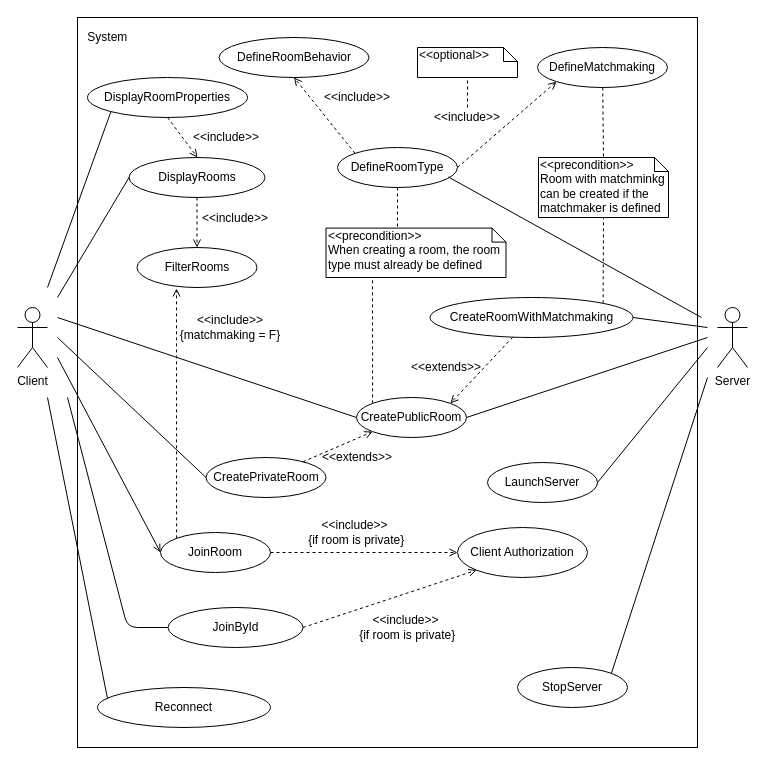
The draw.io diagram doc/system-use_cases.drawio in StefanoSalvatori/PPS-18-scala-omg, before the edit. Source tidied: cells renumbered, new cells numbered last; positions are measured from the earlier drawing's top-left corner, leaving out a move shared by most shapes. Both pictures are drawn from the tidied source at 100%, with x=0, y=0 at pixel (17, 17).
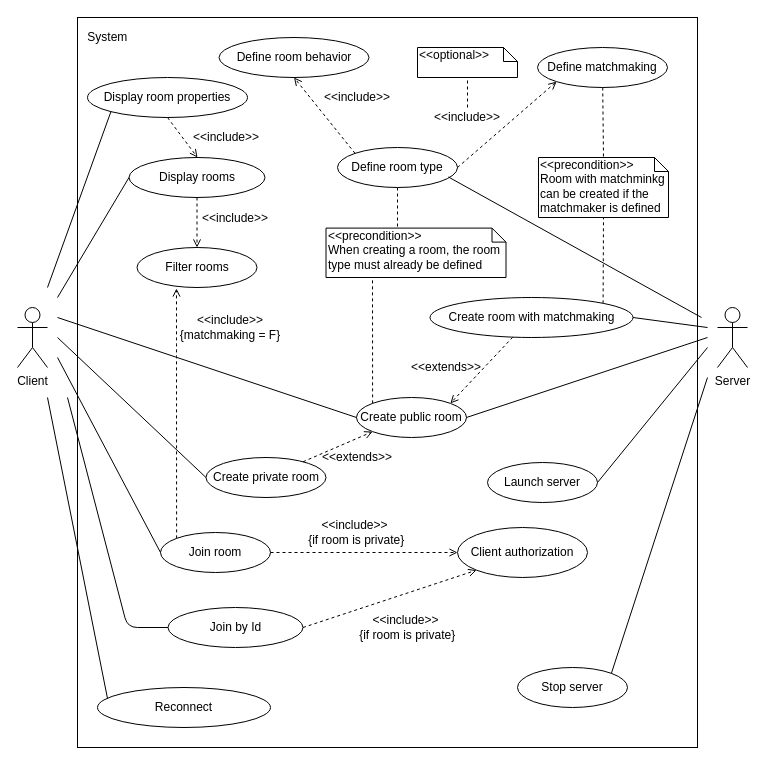
The same diagram, later.

What changed in the source:
```diff
@@
-    <mxCell id="5" value="LaunchServer" style="ellipse;whiteSpace=wrap;html=1;fillColor=none;" parent="1" vertex="1">
+    <mxCell id="5" value="Launch server" style="ellipse;whiteSpace=wrap;html=1;fillColor=none;" parent="1" vertex="1">
       <mxGeometry x="470" y="445" width="110" height="40" as="geometry" />
     </mxCell>
-    <mxCell id="6" value="DefineRoomType" style="ellipse;whiteSpace=wrap;html=1;fillColor=none;" parent="1" vertex="1">
+    <mxCell id="6" value="Define room type" style="ellipse;whiteSpace=wrap;html=1;fillColor=none;" parent="1" vertex="1">
       <mxGeometry x="320" y="130" width="120" height="40" as="geometry" />
     </mxCell>
-    <mxCell id="7" value="CreatePublicRoom" style="ellipse;whiteSpace=wrap;html=1;fillColor=none;" parent="1" vertex="1">
+    <mxCell id="7" value="Create public room" style="ellipse;whiteSpace=wrap;html=1;fillColor=none;" parent="1" vertex="1">
       <mxGeometry x="339" y="380" width="110" height="40" as="geometry" />
     </mxCell>
-    <mxCell id="8" value="JoinRoom" style="ellipse;whiteSpace=wrap;html=1;fillColor=none;" parent="1" vertex="1">
+    <mxCell id="8" value="Join room" style="ellipse;whiteSpace=wrap;html=1;fillColor=none;" parent="1" vertex="1">
       <mxGeometry x="143" y="515" width="110" height="40" as="geometry" />
     </mxCell>
-    <mxCell id="9" value="DisplayRooms" style="ellipse;whiteSpace=wrap;html=1;fillColor=none;" parent="1" vertex="1">
+    <mxCell id="9" value="Display rooms" style="ellipse;whiteSpace=wrap;html=1;fillColor=none;" parent="1" vertex="1">
       <mxGeometry x="111.5" y="140" width="136" height="40" as="geometry" />
     </mxCell>
-    <mxCell id="10" value="CreatePrivateRoom" style="ellipse;whiteSpace=wrap;html=1;fillColor=none;" parent="1" vertex="1">
+    <mxCell id="10" value="Create private room" style="ellipse;whiteSpace=wrap;html=1;fillColor=none;" parent="1" vertex="1">
       <mxGeometry x="188.5" y="440" width="120" height="40" as="geometry" />
     </mxCell>
@@
-    <mxCell id="22" style="endArrow=open;html=1;entryX=0;entryY=0.5;entryDx=0;entryDy=0;endFill=0;" parent="1" edge="1" target="8">
+    <mxCell id="22" style="endArrow=none;html=1;entryX=0;entryY=0.5;entryDx=0;entryDy=0;endFill=0;" parent="1" edge="1" target="8">
       <mxGeometry relative="1" as="geometry">
         <mxPoint x="40" y="340" as="sourcePoint" />
       </mxGeometry>
     </mxCell>
-    <mxCell id="23" value="FilterRooms" style="ellipse;whiteSpace=wrap;html=1;fillColor=none;" parent="1" vertex="1">
+    <mxCell id="23" value="Filter rooms" style="ellipse;whiteSpace=wrap;html=1;fillColor=none;" parent="1" vertex="1">
       <mxGeometry x="119.5" y="230" width="120" height="40" as="geometry" />
     </mxCell>
@@
-    <mxCell id="25" value="Client Authorization" style="ellipse;whiteSpace=wrap;html=1;fillColor=none;" parent="1" vertex="1">
+    <mxCell id="25" value="Client authorization" style="ellipse;whiteSpace=wrap;html=1;fillColor=none;" parent="1" vertex="1">
       <mxGeometry x="440" y="510" width="130" height="50" as="geometry" />
     </mxCell>
@@
-    <mxCell id="30" value="StopServer" style="ellipse;whiteSpace=wrap;html=1;fillColor=none;" parent="1" vertex="1">
+    <mxCell id="30" value="Stop server" style="ellipse;whiteSpace=wrap;html=1;fillColor=none;" parent="1" vertex="1">
       <mxGeometry x="500" y="650" width="110" height="40" as="geometry" />
     </mxCell>
@@
-    <mxCell id="32" value="DefineRoomBehavior" style="ellipse;whiteSpace=wrap;html=1;" parent="1" vertex="1">
+    <mxCell id="32" value="Define room behavior" style="ellipse;whiteSpace=wrap;html=1;" parent="1" vertex="1">
       <mxGeometry x="201.5" y="20" width="150" height="40" as="geometry" />
     </mxCell>
@@
-    <mxCell id="36" value="DefineMatchmaking" style="ellipse;whiteSpace=wrap;html=1;" parent="1" vertex="1">
+    <mxCell id="36" value="Define matchmaking" style="ellipse;whiteSpace=wrap;html=1;" parent="1" vertex="1">
       <mxGeometry x="520" y="30" width="130" height="40" as="geometry" />
     </mxCell>
@@
-    <mxCell id="40" value="CreateRoomWithMatchmaking" style="ellipse;whiteSpace=wrap;html=1;" parent="1" vertex="1">
+    <mxCell id="40" value="Create room with matchmaking" style="ellipse;whiteSpace=wrap;html=1;" parent="1" vertex="1">
       <mxGeometry x="412.5" y="280" width="203" height="40" as="geometry" />
     </mxCell>
@@
-    <mxCell id="51" value="JoinById" style="ellipse;whiteSpace=wrap;html=1;" parent="1" vertex="1">
+    <mxCell id="51" value="Join by Id" style="ellipse;whiteSpace=wrap;html=1;" parent="1" vertex="1">
       <mxGeometry x="150.5" y="590" width="135" height="40" as="geometry" />
     </mxCell>
@@
-    <mxCell id="55" value="DisplayRoomProperties" style="ellipse;whiteSpace=wrap;html=1;" parent="1" vertex="1">
+    <mxCell id="55" value="Display room properties" style="ellipse;whiteSpace=wrap;html=1;" parent="1" vertex="1">
       <mxGeometry x="70" y="60" width="160" height="40" as="geometry" />
     </mxCell>
```
